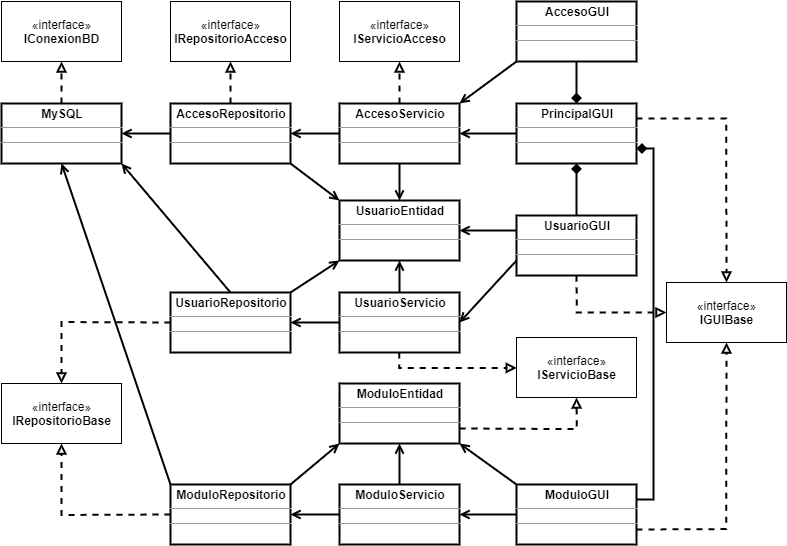
Earlier version of the draw.io export diagramas/Diagrama-Clases.png (FernandoCalmet/java-login-layered-skeletor). Source tidied: cells renumbered, new cells last; positions are measured from the earlier drawing's top-left corner, leaving out a move shared by most shapes.
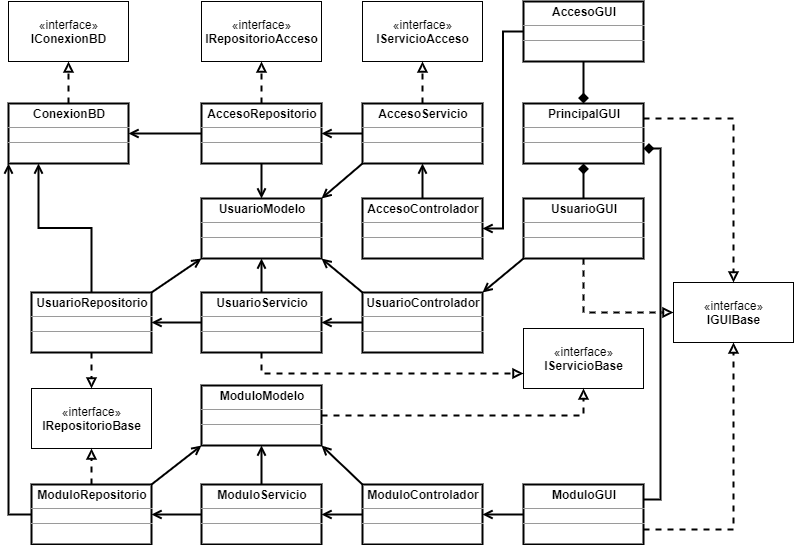
The same file after the commit.

Diff of the diagram source:
```diff
@@ -7,3 +7,3 @@
     </mxCell>
-    <mxCell id="3" style="rounded=0;jettySize=auto;html=1;exitX=0;exitY=1;exitDx=0;exitDy=0;endArrow=open;endFill=0;strokeColor=#000000;strokeWidth=2;fontSize=10;startArrow=none;startFill=0;entryX=1;entryY=0;entryDx=0;entryDy=0;" parent="1" edge="1" source="8" target="7">
+    <mxCell id="3" style="rounded=0;jettySize=auto;html=1;exitX=0;exitY=0.5;exitDx=0;exitDy=0;endArrow=open;endFill=0;strokeColor=#000000;strokeWidth=2;fontSize=10;startArrow=none;startFill=0;entryX=1;entryY=0.5;entryDx=0;entryDy=0;edgeStyle=orthogonalEdgeStyle;" parent="1" edge="1" source="8" target="56">
       <mxGeometry relative="1" as="geometry" />
@@ -11,3 +11,3 @@
     <mxCell id="4" value="«interface»&lt;br style=&quot;font-size: 12px;&quot;&gt;&lt;b style=&quot;font-size: 12px;&quot;&gt;IServicioAcceso&lt;/b&gt;" style="html=1;fontSize=12;" parent="1" vertex="1">
-      <mxGeometry x="338" width="120" height="60" as="geometry" />
+      <mxGeometry x="354" width="120" height="60" as="geometry" />
     </mxCell>
@@ -16,3 +16,3 @@
     </mxCell>
-    <mxCell id="6" style="edgeStyle=none;rounded=0;jettySize=auto;html=1;endArrow=open;endFill=0;strokeWidth=2;" parent="1" edge="1" source="7" target="11">
+    <mxCell id="6" style="edgeStyle=none;rounded=0;jettySize=auto;html=1;endArrow=open;endFill=0;strokeWidth=2;exitX=0;exitY=1;exitDx=0;exitDy=0;entryX=1;entryY=0;entryDx=0;entryDy=0;" parent="1" edge="1" source="7" target="11">
       <mxGeometry relative="1" as="geometry" />
@@ -20,3 +20,3 @@
     <mxCell id="7" value="&lt;p style=&quot;margin: 0px ; margin-top: 4px ; text-align: center&quot;&gt;&lt;b&gt;AccesoServicio&lt;/b&gt;&lt;/p&gt;&lt;hr size=&quot;1&quot;&gt;&lt;div style=&quot;height: 2px&quot;&gt;&lt;/div&gt;&lt;hr size=&quot;1&quot;&gt;&lt;div style=&quot;height: 2px&quot;&gt;&lt;/div&gt;" style="verticalAlign=top;align=left;overflow=fill;fontSize=12;fontFamily=Helvetica;html=1;strokeWidth=2;" parent="1" vertex="1">
-      <mxGeometry x="338" y="102" width="120" height="60" as="geometry" />
+      <mxGeometry x="354" y="102" width="120" height="60" as="geometry" />
     </mxCell>
@@ -25,3 +25,3 @@
     </mxCell>
-    <mxCell id="9" style="edgeStyle=none;rounded=0;jettySize=auto;html=1;exitX=0;exitY=0.5;exitDx=0;exitDy=0;entryX=1;entryY=0.5;entryDx=0;entryDy=0;startArrow=none;startFill=0;endArrow=open;endFill=0;strokeWidth=2;" parent="1" edge="1" source="10" target="7">
+    <mxCell id="9" style="edgeStyle=none;rounded=0;jettySize=auto;html=1;entryX=0.5;entryY=1;entryDx=0;entryDy=0;startArrow=none;startFill=0;endArrow=open;endFill=0;strokeWidth=2;exitX=0.5;exitY=0;exitDx=0;exitDy=0;" parent="1" edge="1" source="56" target="7">
       <mxGeometry relative="1" as="geometry" />
@@ -31,4 +31,4 @@
     </mxCell>
-    <mxCell id="11" value="&lt;p style=&quot;margin: 0px ; margin-top: 4px ; text-align: center&quot;&gt;&lt;b&gt;UsuarioEntidad&lt;/b&gt;&lt;/p&gt;&lt;hr size=&quot;1&quot;&gt;&lt;div style=&quot;height: 2px&quot;&gt;&lt;/div&gt;&lt;hr size=&quot;1&quot;&gt;&lt;div style=&quot;height: 2px&quot;&gt;&lt;/div&gt;" style="verticalAlign=top;align=left;overflow=fill;fontSize=12;fontFamily=Helvetica;html=1;strokeWidth=2;" parent="1" vertex="1">
-      <mxGeometry x="338" y="199" width="120" height="60" as="geometry" />
+    <mxCell id="11" value="&lt;p style=&quot;margin: 0px ; margin-top: 4px ; text-align: center&quot;&gt;&lt;b&gt;UsuarioModelo&lt;/b&gt;&lt;/p&gt;&lt;hr size=&quot;1&quot;&gt;&lt;div style=&quot;height: 2px&quot;&gt;&lt;/div&gt;&lt;hr size=&quot;1&quot;&gt;&lt;div style=&quot;height: 2px&quot;&gt;&lt;/div&gt;" style="verticalAlign=top;align=left;overflow=fill;fontSize=12;fontFamily=Helvetica;html=1;strokeWidth=2;" parent="1" vertex="1">
+      <mxGeometry x="193" y="197" width="120" height="60" as="geometry" />
     </mxCell>
@@ -38,9 +38,9 @@
     <mxCell id="13" value="«interface»&lt;br style=&quot;font-size: 12px&quot;&gt;&lt;b style=&quot;font-size: 12px&quot;&gt;IRepositorioAcceso&lt;/b&gt;" style="html=1;fontSize=12;" parent="1" vertex="1">
-      <mxGeometry x="169" width="120" height="60" as="geometry" />
+      <mxGeometry x="193" width="120" height="60" as="geometry" />
     </mxCell>
     <mxCell id="14" value="«interface»&lt;br style=&quot;font-size: 12px&quot;&gt;&lt;b style=&quot;font-size: 12px&quot;&gt;IRepositorioBase&lt;/b&gt;" style="html=1;fontSize=12;" parent="1" vertex="1">
-      <mxGeometry y="382" width="120" height="60" as="geometry" />
+      <mxGeometry x="23" y="387" width="120" height="60" as="geometry" />
     </mxCell>
     <mxCell id="15" value="«interface»&lt;br style=&quot;font-size: 12px&quot;&gt;&lt;b style=&quot;font-size: 12px&quot;&gt;IServicioBase&lt;/b&gt;" style="html=1;fontSize=12;" parent="1" vertex="1">
-      <mxGeometry x="515" y="336" width="120" height="60" as="geometry" />
+      <mxGeometry x="515" y="327" width="120" height="60" as="geometry" />
     </mxCell>
@@ -52,3 +52,3 @@
     </mxCell>
-    <mxCell id="18" style="edgeStyle=none;rounded=0;jettySize=auto;html=1;exitX=1;exitY=1;exitDx=0;exitDy=0;entryX=0;entryY=0;entryDx=0;entryDy=0;endArrow=open;endFill=0;strokeWidth=2;" parent="1" edge="1" source="19" target="11">
+    <mxCell id="18" style="rounded=0;jettySize=auto;html=1;exitX=0.5;exitY=1;exitDx=0;exitDy=0;entryX=0.5;entryY=0;entryDx=0;entryDy=0;endArrow=open;endFill=0;strokeWidth=2;" parent="1" edge="1" source="19" target="11">
       <mxGeometry relative="1" as="geometry" />
@@ -56,3 +56,3 @@
     <mxCell id="19" value="&lt;p style=&quot;margin: 0px ; margin-top: 4px ; text-align: center&quot;&gt;&lt;b&gt;AccesoRepositorio&lt;/b&gt;&lt;/p&gt;&lt;hr size=&quot;1&quot;&gt;&lt;div style=&quot;height: 2px&quot;&gt;&lt;/div&gt;&lt;hr size=&quot;1&quot;&gt;&lt;div style=&quot;height: 2px&quot;&gt;&lt;/div&gt;" style="verticalAlign=top;align=left;overflow=fill;fontSize=12;fontFamily=Helvetica;html=1;strokeWidth=2;" parent="1" vertex="1">
-      <mxGeometry x="169" y="102" width="120" height="60" as="geometry" />
+      <mxGeometry x="193" y="102" width="120" height="60" as="geometry" />
     </mxCell>
@@ -62,3 +62,3 @@
     <mxCell id="21" value="&lt;p style=&quot;margin: 0px ; margin-top: 4px ; text-align: center&quot;&gt;&lt;b&gt;ModuloServicio&lt;/b&gt;&lt;/p&gt;&lt;hr size=&quot;1&quot;&gt;&lt;div style=&quot;height: 2px&quot;&gt;&lt;/div&gt;&lt;hr size=&quot;1&quot;&gt;&lt;div style=&quot;height: 2px&quot;&gt;&lt;/div&gt;" style="verticalAlign=top;align=left;overflow=fill;fontSize=12;fontFamily=Helvetica;html=1;strokeWidth=2;" parent="1" vertex="1">
-      <mxGeometry x="338" y="483" width="120" height="60" as="geometry" />
+      <mxGeometry x="193" y="483" width="120" height="60" as="geometry" />
     </mxCell>
@@ -68,3 +68,3 @@
     <mxCell id="23" value="&lt;p style=&quot;margin: 0px ; margin-top: 4px ; text-align: center&quot;&gt;&lt;b&gt;UsuarioServicio&lt;/b&gt;&lt;/p&gt;&lt;hr size=&quot;1&quot;&gt;&lt;div style=&quot;height: 2px&quot;&gt;&lt;/div&gt;&lt;hr size=&quot;1&quot;&gt;&lt;div style=&quot;height: 2px&quot;&gt;&lt;/div&gt;" style="verticalAlign=top;align=left;overflow=fill;fontSize=12;fontFamily=Helvetica;html=1;strokeWidth=2;" parent="1" vertex="1">
-      <mxGeometry x="338" y="291" width="120" height="60" as="geometry" />
+      <mxGeometry x="193" y="291" width="120" height="60" as="geometry" />
     </mxCell>
@@ -74,3 +74,3 @@
     <mxCell id="25" value="&lt;p style=&quot;margin: 0px ; margin-top: 4px ; text-align: center&quot;&gt;&lt;b&gt;Modulo&lt;/b&gt;&lt;b&gt;Repositorio&lt;/b&gt;&lt;/p&gt;&lt;hr size=&quot;1&quot;&gt;&lt;div style=&quot;height: 2px&quot;&gt;&lt;/div&gt;&lt;hr size=&quot;1&quot;&gt;&lt;br&gt;&lt;hr size=&quot;1&quot;&gt;&lt;div style=&quot;height: 2px&quot;&gt;&lt;/div&gt;&lt;hr size=&quot;1&quot;&gt;&lt;div style=&quot;height: 2px&quot;&gt;&lt;/div&gt;" style="verticalAlign=top;align=left;overflow=fill;fontSize=12;fontFamily=Helvetica;html=1;strokeWidth=2;" parent="1" vertex="1">
-      <mxGeometry x="169" y="483" width="120" height="60" as="geometry" />
+      <mxGeometry x="23" y="483" width="120" height="60" as="geometry" />
     </mxCell>
@@ -80,8 +80,8 @@
     <mxCell id="27" value="&lt;p style=&quot;margin: 0px ; margin-top: 4px ; text-align: center&quot;&gt;&lt;b&gt;UsuarioRepositorio&lt;/b&gt;&lt;/p&gt;&lt;hr size=&quot;1&quot;&gt;&lt;div style=&quot;height: 2px&quot;&gt;&lt;/div&gt;&lt;hr size=&quot;1&quot;&gt;&lt;div style=&quot;height: 2px&quot;&gt;&lt;/div&gt;" style="verticalAlign=top;align=left;overflow=fill;fontSize=12;fontFamily=Helvetica;html=1;strokeWidth=2;" parent="1" vertex="1">
-      <mxGeometry x="169" y="291" width="120" height="60" as="geometry" />
+      <mxGeometry x="23" y="291" width="120" height="60" as="geometry" />
     </mxCell>
-    <mxCell id="28" value="&lt;p style=&quot;margin: 0px ; margin-top: 4px ; text-align: center&quot;&gt;&lt;b&gt;ModuloEntidad&lt;/b&gt;&lt;/p&gt;&lt;hr size=&quot;1&quot;&gt;&lt;div style=&quot;height: 2px&quot;&gt;&lt;/div&gt;&lt;hr size=&quot;1&quot;&gt;&lt;div style=&quot;height: 2px&quot;&gt;&lt;/div&gt;" style="verticalAlign=top;align=left;overflow=fill;fontSize=12;fontFamily=Helvetica;html=1;strokeWidth=2;" parent="1" vertex="1">
-      <mxGeometry x="338" y="382" width="120" height="60" as="geometry" />
+    <mxCell id="28" value="&lt;p style=&quot;margin: 0px ; margin-top: 4px ; text-align: center&quot;&gt;&lt;b&gt;ModuloModelo&lt;/b&gt;&lt;/p&gt;&lt;hr size=&quot;1&quot;&gt;&lt;div style=&quot;height: 2px&quot;&gt;&lt;/div&gt;&lt;hr size=&quot;1&quot;&gt;&lt;div style=&quot;height: 2px&quot;&gt;&lt;/div&gt;" style="verticalAlign=top;align=left;overflow=fill;fontSize=12;fontFamily=Helvetica;html=1;strokeWidth=2;" parent="1" vertex="1">
+      <mxGeometry x="193" y="384" width="120" height="60" as="geometry" />
     </mxCell>
-    <mxCell id="29" style="edgeStyle=none;rounded=0;jettySize=auto;html=1;exitX=0;exitY=0;exitDx=0;exitDy=0;entryX=1;entryY=1;entryDx=0;entryDy=0;endArrow=open;endFill=0;strokeWidth=2;" parent="1" edge="1" source="30" target="28">
+    <mxCell id="29" style="edgeStyle=none;rounded=0;jettySize=auto;html=1;exitX=0;exitY=0;exitDx=0;exitDy=0;entryX=1;entryY=1;entryDx=0;entryDy=0;endArrow=open;endFill=0;strokeWidth=2;" parent="1" edge="1" source="53" target="28">
       <mxGeometry relative="1" as="geometry" />
@@ -91,3 +91,3 @@
     </mxCell>
-    <mxCell id="31" style="edgeStyle=none;rounded=0;jettySize=auto;html=1;exitX=0;exitY=0.25;exitDx=0;exitDy=0;entryX=1;entryY=0.5;entryDx=0;entryDy=0;endArrow=open;endFill=0;strokeWidth=2;" parent="1" edge="1" source="32" target="11">
+    <mxCell id="31" style="edgeStyle=none;rounded=0;jettySize=auto;html=1;exitX=0;exitY=0;exitDx=0;exitDy=0;entryX=1;entryY=1;entryDx=0;entryDy=0;endArrow=open;endFill=0;strokeWidth=2;" parent="1" edge="1" source="55" target="11">
       <mxGeometry relative="1" as="geometry" />
@@ -95,3 +95,3 @@
     <mxCell id="32" value="&lt;p style=&quot;margin: 0px ; margin-top: 4px ; text-align: center&quot;&gt;&lt;b&gt;UsuarioGUI&lt;/b&gt;&lt;/p&gt;&lt;hr size=&quot;1&quot;&gt;&lt;div style=&quot;height: 2px&quot;&gt;&lt;/div&gt;&lt;hr size=&quot;1&quot;&gt;&lt;div style=&quot;height: 2px&quot;&gt;&lt;/div&gt;" style="verticalAlign=top;align=left;overflow=fill;fontSize=12;fontFamily=Helvetica;html=1;strokeWidth=2;" parent="1" vertex="1">
-      <mxGeometry x="515" y="214" width="120" height="60" as="geometry" />
+      <mxGeometry x="515" y="197" width="120" height="60" as="geometry" />
     </mxCell>
@@ -100,3 +100,3 @@
     </mxCell>
-    <mxCell id="34" value="&lt;p style=&quot;margin: 0px ; margin-top: 4px ; text-align: center&quot;&gt;&lt;b&gt;MySQL&lt;/b&gt;&lt;/p&gt;&lt;hr size=&quot;1&quot;&gt;&lt;div style=&quot;height: 2px&quot;&gt;&lt;/div&gt;&lt;hr size=&quot;1&quot;&gt;&lt;br&gt;&lt;hr size=&quot;1&quot;&gt;&lt;div style=&quot;height: 2px&quot;&gt;&lt;/div&gt;&lt;hr size=&quot;1&quot;&gt;&lt;div style=&quot;height: 2px&quot;&gt;&lt;/div&gt;" style="verticalAlign=top;align=left;overflow=fill;fontSize=12;fontFamily=Helvetica;html=1;strokeWidth=2;" parent="1" vertex="1">
+    <mxCell id="34" value="&lt;p style=&quot;margin: 0px ; margin-top: 4px ; text-align: center&quot;&gt;&lt;b&gt;ConexionBD&lt;/b&gt;&lt;/p&gt;&lt;hr size=&quot;1&quot;&gt;&lt;div style=&quot;height: 2px&quot;&gt;&lt;/div&gt;&lt;hr size=&quot;1&quot;&gt;&lt;br&gt;&lt;hr size=&quot;1&quot;&gt;&lt;div style=&quot;height: 2px&quot;&gt;&lt;/div&gt;&lt;hr size=&quot;1&quot;&gt;&lt;div style=&quot;height: 2px&quot;&gt;&lt;/div&gt;" style="verticalAlign=top;align=left;overflow=fill;fontSize=12;fontFamily=Helvetica;html=1;strokeWidth=2;" parent="1" vertex="1">
       <mxGeometry y="102" width="120" height="60" as="geometry" />
@@ -106,12 +106,12 @@
     </mxCell>
-    <mxCell id="36" style="edgeStyle=none;rounded=0;jettySize=auto;html=1;exitX=0.5;exitY=0;exitDx=0;exitDy=0;entryX=1;entryY=1;entryDx=0;entryDy=0;startArrow=none;startFill=0;endArrow=open;endFill=0;strokeWidth=2;" parent="1" edge="1" source="27" target="34">
+    <mxCell id="36" style="edgeStyle=orthogonalEdgeStyle;rounded=0;jettySize=auto;html=1;exitX=0.5;exitY=0;exitDx=0;exitDy=0;entryX=0.25;entryY=1;entryDx=0;entryDy=0;startArrow=none;startFill=0;endArrow=open;endFill=0;strokeWidth=2;" parent="1" edge="1" source="27" target="34">
       <mxGeometry relative="1" as="geometry" />
     </mxCell>
-    <mxCell id="37" style="edgeStyle=none;rounded=0;jettySize=auto;html=1;entryX=0.5;entryY=1;entryDx=0;entryDy=0;startArrow=none;startFill=0;endArrow=open;endFill=0;strokeWidth=2;exitX=0;exitY=0;exitDx=0;exitDy=0;" parent="1" edge="1" source="25" target="34">
+    <mxCell id="37" style="edgeStyle=orthogonalEdgeStyle;rounded=0;jettySize=auto;html=1;entryX=0;entryY=1;entryDx=0;entryDy=0;startArrow=none;startFill=0;endArrow=open;endFill=0;strokeWidth=2;exitX=0;exitY=0.5;exitDx=0;exitDy=0;" parent="1" edge="1" source="25" target="34">
       <mxGeometry relative="1" as="geometry" />
     </mxCell>
-    <mxCell id="38" style="rounded=0;jettySize=auto;html=1;dashed=1;endArrow=block;endFill=0;strokeColor=#000000;strokeWidth=2;fontSize=10;exitX=0;exitY=0.5;exitDx=0;exitDy=0;entryX=0.5;entryY=0;entryDx=0;entryDy=0;edgeStyle=orthogonalEdgeStyle;" parent="1" edge="1" source="27" target="14">
+    <mxCell id="38" style="rounded=0;jettySize=auto;html=1;dashed=1;endArrow=block;endFill=0;strokeColor=#000000;strokeWidth=2;fontSize=10;exitX=0.5;exitY=1;exitDx=0;exitDy=0;entryX=0.5;entryY=0;entryDx=0;entryDy=0;" parent="1" edge="1" source="27" target="14">
       <mxGeometry relative="1" as="geometry" />
     </mxCell>
-    <mxCell id="39" style="rounded=0;jettySize=auto;html=1;entryX=0.5;entryY=1;entryDx=0;entryDy=0;dashed=1;endArrow=block;endFill=0;strokeColor=#000000;strokeWidth=2;fontSize=10;exitX=0;exitY=0.5;exitDx=0;exitDy=0;edgeStyle=orthogonalEdgeStyle;" parent="1" edge="1" source="25" target="14">
+    <mxCell id="39" style="rounded=0;jettySize=auto;html=1;entryX=0.5;entryY=1;entryDx=0;entryDy=0;dashed=1;endArrow=block;endFill=0;strokeColor=#000000;strokeWidth=2;fontSize=10;exitX=0.5;exitY=0;exitDx=0;exitDy=0;" parent="1" edge="1" source="25" target="14">
       <mxGeometry relative="1" as="geometry" />
@@ -124,13 +124,9 @@
     </mxCell>
-    <mxCell id="42" style="rounded=0;jettySize=auto;html=1;dashed=1;endArrow=block;endFill=0;strokeColor=#000000;strokeWidth=2;fontSize=10;exitX=0.5;exitY=1;exitDx=0;exitDy=0;entryX=0;entryY=0.5;entryDx=0;entryDy=0;edgeStyle=orthogonalEdgeStyle;" parent="1" edge="1" source="23" target="15">
-      <mxGeometry relative="1" as="geometry">
-        <Array as="points">
-          <mxPoint x="398" y="366" />
-        </Array>
-      </mxGeometry>
+    <mxCell id="42" style="rounded=0;jettySize=auto;html=1;dashed=1;endArrow=block;endFill=0;strokeColor=#000000;strokeWidth=2;fontSize=10;exitX=0.5;exitY=1;exitDx=0;exitDy=0;entryX=0;entryY=0.75;entryDx=0;entryDy=0;edgeStyle=orthogonalEdgeStyle;" parent="1" edge="1" source="23" target="15">
+      <mxGeometry relative="1" as="geometry" />
     </mxCell>
-    <mxCell id="43" style="rounded=0;jettySize=auto;html=1;dashed=1;endArrow=block;endFill=0;strokeColor=#000000;strokeWidth=2;fontSize=10;exitX=1;exitY=0.75;exitDx=0;exitDy=0;entryX=0.5;entryY=1;entryDx=0;entryDy=0;edgeStyle=orthogonalEdgeStyle;" parent="1" edge="1" source="28" target="15">
+    <mxCell id="43" style="rounded=0;jettySize=auto;html=1;dashed=1;endArrow=block;endFill=0;strokeColor=#000000;strokeWidth=2;fontSize=10;exitX=1;exitY=0.5;exitDx=0;exitDy=0;entryX=0.5;entryY=1;entryDx=0;entryDy=0;edgeStyle=orthogonalEdgeStyle;" parent="1" edge="1" source="28" target="15">
       <mxGeometry relative="1" as="geometry" />
     </mxCell>
-    <mxCell id="44" style="edgeStyle=none;rounded=0;jettySize=auto;html=1;exitX=0;exitY=0.75;exitDx=0;exitDy=0;entryX=1;entryY=0.5;entryDx=0;entryDy=0;startArrow=none;startFill=0;endArrow=open;endFill=0;strokeWidth=2;" parent="1" edge="1" source="32" target="23">
+    <mxCell id="44" style="edgeStyle=none;rounded=0;jettySize=auto;html=1;exitX=0;exitY=1;exitDx=0;exitDy=0;entryX=1;entryY=0;entryDx=0;entryDy=0;startArrow=none;startFill=0;endArrow=open;endFill=0;strokeWidth=2;" parent="1" edge="1" source="32" target="55">
       <mxGeometry relative="1" as="geometry" />
@@ -140,3 +136,3 @@
     </mxCell>
-    <mxCell id="46" style="edgeStyle=none;rounded=0;jettySize=auto;html=1;exitX=0;exitY=0.5;exitDx=0;exitDy=0;entryX=1;entryY=0.5;entryDx=0;entryDy=0;startArrow=none;startFill=0;endArrow=open;endFill=0;strokeWidth=2;" parent="1" edge="1" source="30" target="21">
+    <mxCell id="46" style="edgeStyle=none;rounded=0;jettySize=auto;html=1;exitX=0;exitY=0.5;exitDx=0;exitDy=0;entryX=1;entryY=0.5;entryDx=0;entryDy=0;startArrow=none;startFill=0;endArrow=open;endFill=0;strokeWidth=2;" parent="1" edge="1" source="30" target="53">
       <mxGeometry relative="1" as="geometry" />
@@ -163,2 +159,17 @@
     </mxCell>
+    <mxCell id="52" style="edgeStyle=orthogonalEdgeStyle;rounded=0;jettySize=auto;html=1;endArrow=open;endFill=0;strokeWidth=2;" parent="1" edge="1" source="53" target="21">
+      <mxGeometry relative="1" as="geometry" />
+    </mxCell>
+    <mxCell id="53" value="&lt;p style=&quot;margin: 0px ; margin-top: 4px ; text-align: center&quot;&gt;&lt;b&gt;ModuloControlador&lt;/b&gt;&lt;/p&gt;&lt;hr size=&quot;1&quot;&gt;&lt;div style=&quot;height: 2px&quot;&gt;&lt;/div&gt;&lt;hr size=&quot;1&quot;&gt;&lt;div style=&quot;height: 2px&quot;&gt;&lt;/div&gt;" style="verticalAlign=top;align=left;overflow=fill;fontSize=12;fontFamily=Helvetica;html=1;strokeWidth=2;" parent="1" vertex="1">
+      <mxGeometry x="354" y="483" width="120" height="60" as="geometry" />
+    </mxCell>
+    <mxCell id="54" style="edgeStyle=orthogonalEdgeStyle;rounded=0;jettySize=auto;html=1;endArrow=open;endFill=0;strokeWidth=2;" parent="1" edge="1" source="55" target="23">
+      <mxGeometry relative="1" as="geometry" />
+    </mxCell>
+    <mxCell id="55" value="&lt;p style=&quot;margin: 0px ; margin-top: 4px ; text-align: center&quot;&gt;&lt;b&gt;UsuarioControlador&lt;/b&gt;&lt;/p&gt;&lt;hr size=&quot;1&quot;&gt;&lt;div style=&quot;height: 2px&quot;&gt;&lt;/div&gt;&lt;hr size=&quot;1&quot;&gt;&lt;div style=&quot;height: 2px&quot;&gt;&lt;/div&gt;" style="verticalAlign=top;align=left;overflow=fill;fontSize=12;fontFamily=Helvetica;html=1;strokeWidth=2;" parent="1" vertex="1">
+      <mxGeometry x="354" y="291" width="120" height="60" as="geometry" />
+    </mxCell>
+    <mxCell id="56" value="&lt;p style=&quot;margin: 0px ; margin-top: 4px ; text-align: center&quot;&gt;&lt;b&gt;AccesoControlador&lt;/b&gt;&lt;/p&gt;&lt;hr size=&quot;1&quot;&gt;&lt;div style=&quot;height: 2px&quot;&gt;&lt;/div&gt;&lt;hr size=&quot;1&quot;&gt;&lt;div style=&quot;height: 2px&quot;&gt;&lt;/div&gt;" style="verticalAlign=top;align=left;overflow=fill;fontSize=12;fontFamily=Helvetica;html=1;strokeWidth=2;" parent="1" vertex="1">
+      <mxGeometry x="354" y="197" width="120" height="60" as="geometry" />
+    </mxCell>
   </root>
```
